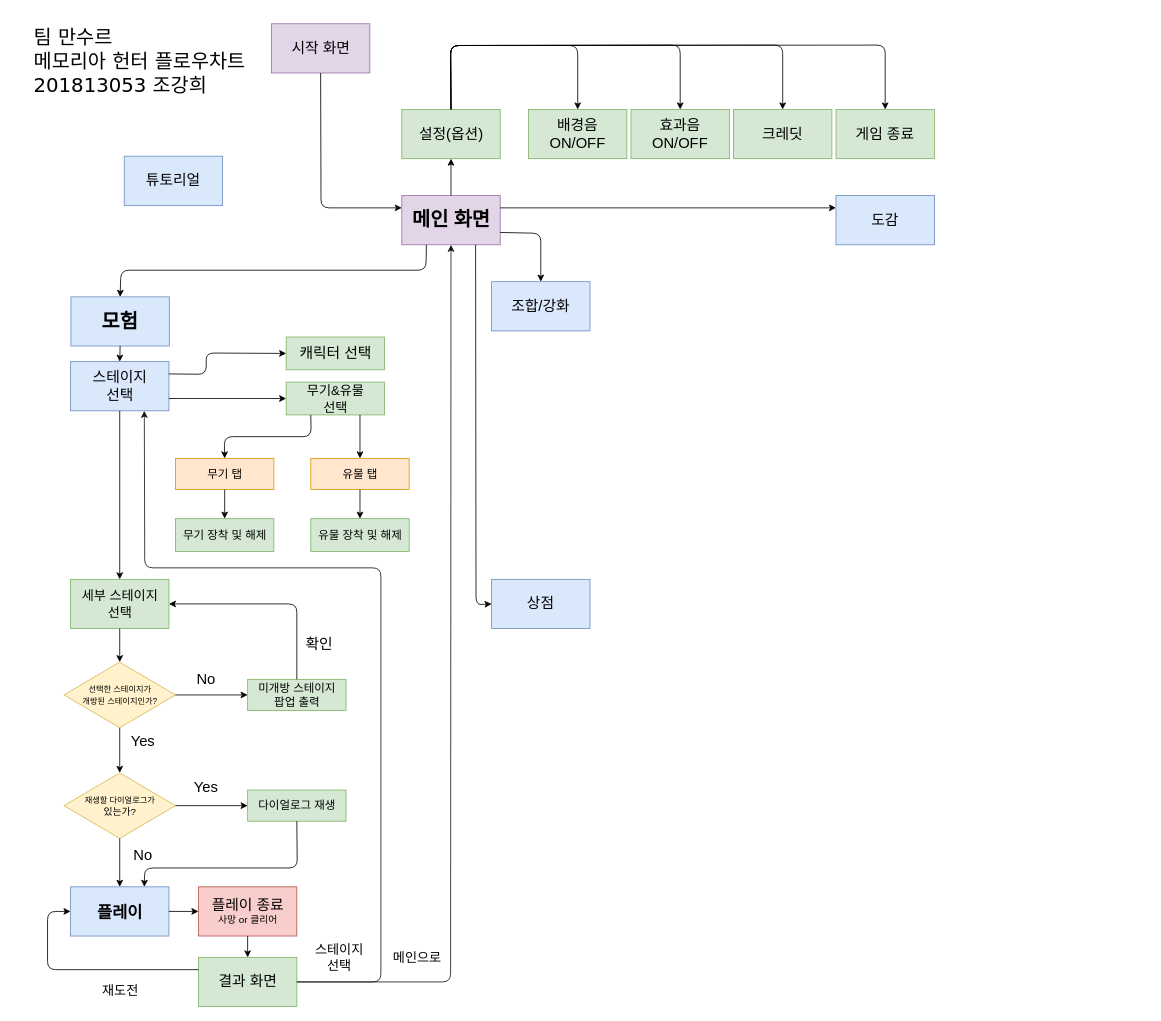
The draw.io diagram Untitled Diagram.drawio in dinenki71/UI, before the edit. Source tidied: cells renumbered, new cells numbered last; positions are measured from the earlier drawing's top-left corner, leaving out a move shared by most shapes. Both pictures are drawn from the tidied source at 82%, with x=0, y=0 at pixel (14, 14).
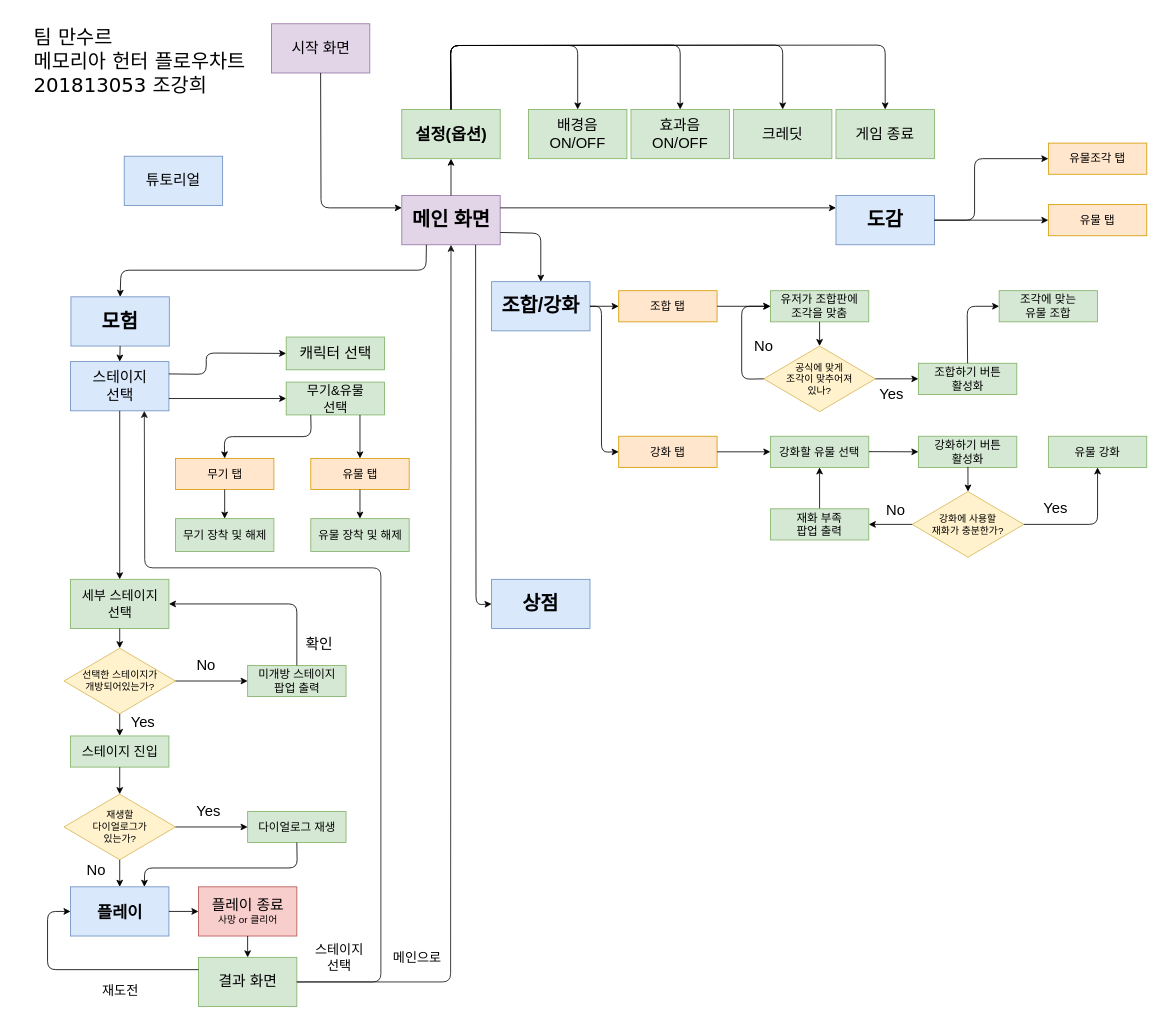
The same page after the edit.

The edit, as a diff of the source:
```diff
@@
-    <mxCell id="7" value="&lt;font style=&quot;font-size: 18px&quot;&gt;상점&lt;/font&gt;" style="rounded=0;whiteSpace=wrap;html=1;fillColor=#dae8fc;strokeColor=#6c8ebf;" parent="1" vertex="1">
+    <mxCell id="7" value="&lt;font size=&quot;1&quot;&gt;&lt;b style=&quot;font-size: 24px&quot;&gt;상점&lt;/b&gt;&lt;/font&gt;" style="rounded=0;whiteSpace=wrap;html=1;fillColor=#dae8fc;strokeColor=#6c8ebf;" parent="1" vertex="1">
       <mxGeometry x="582" y="689" width="120" height="60" as="geometry" />
     </mxCell>
-    <mxCell id="8" value="&lt;font style=&quot;font-size: 18px&quot;&gt;도감&lt;/font&gt;" style="rounded=0;whiteSpace=wrap;html=1;fillColor=#dae8fc;strokeColor=#6c8ebf;" parent="1" vertex="1">
+    <mxCell id="8" value="&lt;font&gt;&lt;font style=&quot;font-size: 24px&quot;&gt;&lt;b&gt;도감&lt;/b&gt;&lt;/font&gt;&lt;/font&gt;" style="rounded=0;whiteSpace=wrap;html=1;fillColor=#dae8fc;strokeColor=#6c8ebf;" parent="1" vertex="1">
       <mxGeometry x="1002" y="221" width="120" height="60" as="geometry" />
     </mxCell>
-    <mxCell id="9" value="&lt;font style=&quot;font-size: 18px&quot;&gt;조합/강화&lt;/font&gt;" style="rounded=0;whiteSpace=wrap;html=1;fillColor=#dae8fc;strokeColor=#6c8ebf;" parent="1" vertex="1">
+    <mxCell id="9" value="&lt;font&gt;&lt;font style=&quot;font-size: 24px&quot;&gt;&lt;b&gt;조합/강화&lt;/b&gt;&lt;/font&gt;&lt;/font&gt;" style="rounded=0;whiteSpace=wrap;html=1;fillColor=#dae8fc;strokeColor=#6c8ebf;" parent="1" vertex="1">
       <mxGeometry x="582" y="326" width="120" height="60" as="geometry" />
     </mxCell>
-    <mxCell id="10" value="&lt;font style=&quot;font-size: 18px&quot;&gt;설정(옵션)&lt;/font&gt;" style="rounded=0;whiteSpace=wrap;html=1;fillColor=#d5e8d4;strokeColor=#82b366;" parent="1" vertex="1">
+    <mxCell id="10" value="&lt;font size=&quot;1&quot;&gt;&lt;b style=&quot;font-size: 20px&quot;&gt;설정(옵션)&lt;/b&gt;&lt;/font&gt;" style="rounded=0;whiteSpace=wrap;html=1;fillColor=#d5e8d4;strokeColor=#82b366;" parent="1" vertex="1">
       <mxGeometry x="472.5" y="116" width="120" height="60" as="geometry" />
     </mxCell>
@@
-    <mxCell id="18" value="&lt;font style=&quot;font-size: 10px&quot;&gt;선택한 스테이지가&lt;br&gt;개방된 스테이지인가?&lt;/font&gt;&lt;br&gt;" style="rhombus;whiteSpace=wrap;html=1;fillColor=#fff2cc;strokeColor=#d6b656;" parent="1" vertex="1">
-      <mxGeometry x="60.5" y="790" width="136" height="80" as="geometry" />
+    <mxCell id="18" value="&lt;font style=&quot;font-size: 12px&quot;&gt;선택한 스테이지가&lt;br&gt;개방되어있는가?&lt;/font&gt;&lt;br&gt;" style="rhombus;whiteSpace=wrap;html=1;fillColor=#fff2cc;strokeColor=#d6b656;" parent="1" vertex="1">
+      <mxGeometry x="60.5" y="773" width="136" height="80" as="geometry" />
     </mxCell>
-    <mxCell id="19" style="endArrow=classic;html=1;exitX=0.5;exitY=1;exitDx=0;exitDy=0;entryX=0.5;entryY=0;entryDx=0;entryDy=0;" parent="1" edge="1" source="18" target="57">
+    <mxCell id="19" style="endArrow=classic;html=1;exitX=0.5;exitY=1;exitDx=0;exitDy=0;entryX=0.5;entryY=0;entryDx=0;entryDy=0;" parent="1" edge="1" source="18" target="100">
       <mxGeometry relative="1" as="geometry" />
     </mxCell>
     <mxCell id="20" value="&lt;font style=&quot;font-size: 14px&quot;&gt;미개방 스테이지&lt;br&gt;팝업 출력&lt;/font&gt;&lt;br&gt;" style="rounded=0;whiteSpace=wrap;html=1;fillColor=#d5e8d4;strokeColor=#82b366;" parent="1" vertex="1">
-      <mxGeometry x="284.5" y="811" width="120" height="38" as="geometry" />
+      <mxGeometry x="284.5" y="794" width="120" height="38" as="geometry" />
     </mxCell>
@@
     <mxCell id="28" value="&lt;font style=&quot;font-size: 18px&quot;&gt;Yes&lt;/font&gt;" style="text;html=1;strokeColor=none;fillColor=none;align=center;verticalAlign=middle;whiteSpace=wrap;rounded=0;" parent="1" vertex="1">
-      <mxGeometry x="136.5" y="877" width="40" height="20" as="geometry" />
+      <mxGeometry x="136.5" y="853" width="40" height="20" as="geometry" />
     </mxCell>
     <mxCell id="29" value="&lt;font style=&quot;font-size: 18px&quot;&gt;No&lt;/font&gt;" style="text;html=1;strokeColor=none;fillColor=none;align=center;verticalAlign=middle;whiteSpace=wrap;rounded=0;" parent="1" vertex="1">
-      <mxGeometry x="214" y="801" width="40" height="20" as="geometry" />
+      <mxGeometry x="214" y="784" width="40" height="20" as="geometry" />
     </mxCell>
@@
-    <mxCell id="57" value="&lt;span style=&quot;font-size: 10px&quot;&gt;재생할 다이얼로그가&lt;br&gt;&lt;/span&gt;있는가?&lt;br&gt;" style="rhombus;whiteSpace=wrap;html=1;fillColor=#fff2cc;strokeColor=#d6b656;" parent="1" vertex="1">
-      <mxGeometry x="60.5" y="925" width="136" height="80" as="geometry" />
+    <mxCell id="57" value="&lt;font style=&quot;font-size: 12px&quot;&gt;재생할&lt;br&gt;다이얼로그가&lt;br&gt;있는가?&lt;/font&gt;&lt;br&gt;" style="rhombus;whiteSpace=wrap;html=1;fillColor=#fff2cc;strokeColor=#d6b656;" parent="1" vertex="1">
+      <mxGeometry x="60.5" y="951" width="136" height="80" as="geometry" />
     </mxCell>
@@
     <mxCell id="59" value="&lt;font style=&quot;font-size: 18px&quot;&gt;Yes&lt;/font&gt;" style="text;html=1;strokeColor=none;fillColor=none;align=center;verticalAlign=middle;whiteSpace=wrap;rounded=0;" parent="1" vertex="1">
-      <mxGeometry x="214" y="932.5" width="40" height="20" as="geometry" />
+      <mxGeometry x="216.5" y="962" width="40" height="20" as="geometry" />
     </mxCell>
     <mxCell id="60" value="&lt;span style=&quot;font-size: 14px&quot;&gt;다이얼로그 재생&lt;/span&gt;&lt;br&gt;" style="rounded=0;whiteSpace=wrap;html=1;fillColor=#d5e8d4;strokeColor=#82b366;" parent="1" vertex="1">
-      <mxGeometry x="284.5" y="946" width="120" height="38" as="geometry" />
+      <mxGeometry x="284.5" y="972" width="120" height="38" as="geometry" />
     </mxCell>
@@
     <mxCell id="62" value="&lt;font style=&quot;font-size: 18px&quot;&gt;No&lt;/font&gt;" style="text;html=1;strokeColor=none;fillColor=none;align=center;verticalAlign=middle;whiteSpace=wrap;rounded=0;" parent="1" vertex="1">
-      <mxGeometry x="136.5" y="1016" width="40" height="20" as="geometry" />
+      <mxGeometry x="80" y="1034" width="40" height="20" as="geometry" />
     </mxCell>
@@
+    <mxCell id="68" value="&lt;font style=&quot;font-size: 14px&quot;&gt;유물 탭&lt;/font&gt;" style="rounded=0;whiteSpace=wrap;html=1;fillColor=#ffe6cc;strokeColor=#d79b00;" parent="1" vertex="1">
+      <mxGeometry x="1261" y="232" width="120" height="38" as="geometry" />
+    </mxCell>
+    <mxCell id="69" style="endArrow=classic;html=1;strokeColor=#000000;exitX=1;exitY=0.5;exitDx=0;exitDy=0;entryX=0;entryY=0.5;entryDx=0;entryDy=0;" parent="1" edge="1" source="8" target="68">
+      <mxGeometry relative="1" as="geometry" />
+    </mxCell>
+    <mxCell id="70" value="&lt;font style=&quot;font-size: 14px&quot;&gt;유물조각 탭&lt;/font&gt;" style="rounded=0;whiteSpace=wrap;html=1;fillColor=#ffe6cc;strokeColor=#d79b00;" parent="1" vertex="1">
+      <mxGeometry x="1261" y="157" width="120" height="38" as="geometry" />
+    </mxCell>
+    <mxCell id="71" style="endArrow=classic;html=1;strokeColor=#000000;entryX=0;entryY=0.5;entryDx=0;entryDy=0;exitX=1;exitY=0.5;exitDx=0;exitDy=0;" parent="1" edge="1" source="8" target="70">
+      <mxGeometry relative="1" as="geometry">
+        <Array as="points">
+          <mxPoint x="1171" y="251" />
+          <mxPoint x="1171" y="176" />
+        </Array>
+      </mxGeometry>
+    </mxCell>
+    <mxCell id="72" value="&lt;font style=&quot;font-size: 14px&quot;&gt;강화 탭&lt;/font&gt;" style="rounded=0;whiteSpace=wrap;html=1;fillColor=#ffe6cc;strokeColor=#d79b00;" parent="1" vertex="1">
+      <mxGeometry x="737" y="514.5" width="120" height="38" as="geometry" />
+    </mxCell>
+    <mxCell id="73" value="&lt;font style=&quot;font-size: 14px&quot;&gt;조합 탭&lt;/font&gt;" style="rounded=0;whiteSpace=wrap;html=1;fillColor=#ffe6cc;strokeColor=#d79b00;" parent="1" vertex="1">
+      <mxGeometry x="737" y="337" width="120" height="38" as="geometry" />
+    </mxCell>
+    <mxCell id="74" style="endArrow=classic;html=1;strokeColor=#000000;exitX=1;exitY=0.5;exitDx=0;exitDy=0;entryX=0;entryY=0.5;entryDx=0;entryDy=0;" parent="1" edge="1" source="9" target="73">
+      <mxGeometry relative="1" as="geometry" />
+    </mxCell>
+    <mxCell id="75" style="endArrow=classic;html=1;strokeColor=#000000;entryX=0;entryY=0.5;entryDx=0;entryDy=0;exitX=1;exitY=0.5;exitDx=0;exitDy=0;" parent="1" edge="1" source="9" target="72">
+      <mxGeometry relative="1" as="geometry">
+        <Array as="points">
+          <mxPoint x="716" y="356" />
+          <mxPoint x="716" y="534" />
+        </Array>
+      </mxGeometry>
+    </mxCell>
+    <mxCell id="76" value="&lt;font style=&quot;font-size: 12px&quot;&gt;공식에 맞게&lt;br&gt;조각이 맞추어져&lt;br&gt;있나?&lt;/font&gt;&lt;br&gt;" style="rhombus;whiteSpace=wrap;html=1;fillColor=#fff2cc;strokeColor=#d6b656;" parent="1" vertex="1">
+      <mxGeometry x="914" y="404.5" width="136" height="80" as="geometry" />
+    </mxCell>
+    <mxCell id="77" value="&lt;span style=&quot;font-size: 14px&quot;&gt;유저가 조합판에&lt;br&gt;&lt;/span&gt;&lt;font style=&quot;font-size: 14px&quot;&gt;조각을 맞춤&lt;/font&gt;&lt;br&gt;" style="rounded=0;whiteSpace=wrap;html=1;fillColor=#d5e8d4;strokeColor=#82b366;" parent="1" vertex="1">
+      <mxGeometry x="922" y="337" width="120" height="38" as="geometry" />
+    </mxCell>
+    <mxCell id="78" value="&lt;span style=&quot;font-size: 14px&quot;&gt;강화할 유물 선택&lt;/span&gt;&lt;br&gt;" style="rounded=0;whiteSpace=wrap;html=1;fillColor=#d5e8d4;strokeColor=#82b366;" parent="1" vertex="1">
+      <mxGeometry x="922" y="514.5" width="120" height="38" as="geometry" />
+    </mxCell>
+    <mxCell id="79" style="endArrow=classic;html=1;strokeColor=#000000;exitX=1;exitY=0.5;exitDx=0;exitDy=0;entryX=0;entryY=0.5;entryDx=0;entryDy=0;" parent="1" edge="1" source="73" target="77">
+      <mxGeometry relative="1" as="geometry" />
+    </mxCell>
+    <mxCell id="80" style="endArrow=classic;html=1;strokeColor=#000000;entryX=0;entryY=0.5;entryDx=0;entryDy=0;exitX=1;exitY=0.5;exitDx=0;exitDy=0;" parent="1" edge="1" source="72" target="78">
+      <mxGeometry relative="1" as="geometry" />
+    </mxCell>
+    <mxCell id="81" style="endArrow=classic;html=1;strokeColor=#000000;exitX=0.5;exitY=1;exitDx=0;exitDy=0;entryX=0.5;entryY=0;entryDx=0;entryDy=0;" parent="1" edge="1" source="77" target="76">
+      <mxGeometry relative="1" as="geometry" />
+    </mxCell>
+    <mxCell id="82" value="&lt;font style=&quot;font-size: 18px&quot;&gt;No&lt;/font&gt;" style="text;html=1;strokeColor=none;fillColor=none;align=center;verticalAlign=middle;whiteSpace=wrap;rounded=0;" parent="1" vertex="1">
+      <mxGeometry x="894" y="394.5" width="40" height="20" as="geometry" />
+    </mxCell>
+    <mxCell id="83" value="&lt;font style=&quot;font-size: 18px&quot;&gt;Yes&lt;/font&gt;" style="text;html=1;strokeColor=none;fillColor=none;align=center;verticalAlign=middle;whiteSpace=wrap;rounded=0;" parent="1" vertex="1">
+      <mxGeometry x="1050" y="453.5" width="40" height="20" as="geometry" />
+    </mxCell>
+    <mxCell id="84" style="endArrow=classic;html=1;strokeColor=#000000;exitX=0;exitY=0.5;exitDx=0;exitDy=0;entryX=0;entryY=0.5;entryDx=0;entryDy=0;" parent="1" edge="1" source="76" target="77">
+      <mxGeometry relative="1" as="geometry">
+        <Array as="points">
+          <mxPoint x="887" y="445" />
+          <mxPoint x="887" y="356" />
+        </Array>
+      </mxGeometry>
+    </mxCell>
+    <mxCell id="85" value="&lt;font style=&quot;font-size: 14px&quot;&gt;조합하기 버튼&lt;br&gt;활성화&lt;/font&gt;&lt;br&gt;" style="rounded=0;whiteSpace=wrap;html=1;fillColor=#d5e8d4;strokeColor=#82b366;" parent="1" vertex="1">
+      <mxGeometry x="1102.5" y="425.5" width="120" height="38" as="geometry" />
+    </mxCell>
+    <mxCell id="86" style="endArrow=classic;html=1;strokeColor=#000000;entryX=0;entryY=0.5;entryDx=0;entryDy=0;exitX=1;exitY=0.5;exitDx=0;exitDy=0;" parent="1" edge="1" source="76" target="85">
+      <mxGeometry relative="1" as="geometry" />
+    </mxCell>
+    <mxCell id="87" style="endArrow=classic;html=1;strokeColor=#000000;exitX=0.5;exitY=0;exitDx=0;exitDy=0;entryX=0;entryY=0.5;entryDx=0;entryDy=0;" parent="1" edge="1" source="85" target="88">
+      <mxGeometry relative="1" as="geometry">
+        <Array as="points">
+          <mxPoint x="1162" y="356" />
+        </Array>
+      </mxGeometry>
+    </mxCell>
+    <mxCell id="88" value="&lt;font style=&quot;font-size: 14px&quot;&gt;조각에 맞는&lt;br&gt;유물 조합&lt;/font&gt;&lt;br&gt;" style="rounded=0;whiteSpace=wrap;html=1;fillColor=#d5e8d4;strokeColor=#82b366;" parent="1" vertex="1">
+      <mxGeometry x="1201" y="337" width="120" height="38" as="geometry" />
+    </mxCell>
+    <mxCell id="89" style="endArrow=classic;html=1;strokeColor=#000000;entryX=0;entryY=0.5;entryDx=0;entryDy=0;exitX=1;exitY=0.5;exitDx=0;exitDy=0;" parent="1" edge="1" target="90">
+      <mxGeometry relative="1" as="geometry">
+        <mxPoint x="1042.2" y="533.3" as="sourcePoint" />
+      </mxGeometry>
+    </mxCell>
+    <mxCell id="90" value="&lt;font style=&quot;font-size: 14px&quot;&gt;강화하기 버튼&lt;br&gt;활성화&lt;/font&gt;&lt;br&gt;" style="rounded=0;whiteSpace=wrap;html=1;fillColor=#d5e8d4;strokeColor=#82b366;" parent="1" vertex="1">
+      <mxGeometry x="1102.5" y="514.5" width="120" height="38" as="geometry" />
+    </mxCell>
+    <mxCell id="91" value="&lt;font style=&quot;font-size: 12px&quot;&gt;강화에 사용할&lt;br&gt;재화가 충분한가?&lt;/font&gt;&lt;br&gt;" style="rhombus;whiteSpace=wrap;html=1;fillColor=#fff2cc;strokeColor=#d6b656;" parent="1" vertex="1">
+      <mxGeometry x="1095" y="582" width="136" height="80" as="geometry" />
+    </mxCell>
+    <mxCell id="92" style="endArrow=classic;html=1;strokeColor=#000000;exitX=0.5;exitY=1;exitDx=0;exitDy=0;entryX=0.5;entryY=0;entryDx=0;entryDy=0;" parent="1" edge="1" target="91">
+      <mxGeometry relative="1" as="geometry">
+        <mxPoint x="1162.9" y="552" as="sourcePoint" />
+      </mxGeometry>
+    </mxCell>
+    <mxCell id="93" style="endArrow=classic;html=1;strokeColor=#000000;entryX=0.5;entryY=1;entryDx=0;entryDy=0;exitX=0.5;exitY=0;exitDx=0;exitDy=0;" parent="1" edge="1" source="95" target="78">
+      <mxGeometry relative="1" as="geometry" />
+    </mxCell>
+    <mxCell id="94" value="&lt;span style=&quot;font-size: 14px&quot;&gt;유물 강화&lt;/span&gt;&lt;br&gt;" style="rounded=0;whiteSpace=wrap;html=1;fillColor=#d5e8d4;strokeColor=#82b366;" parent="1" vertex="1">
+      <mxGeometry x="1261" y="514.5" width="120" height="38" as="geometry" />
+    </mxCell>
+    <mxCell id="95" value="&lt;span style=&quot;font-size: 14px&quot;&gt;재화 부족&lt;br&gt;팝업 출력&lt;/span&gt;&lt;br&gt;" style="rounded=0;whiteSpace=wrap;html=1;fillColor=#d5e8d4;strokeColor=#82b366;" parent="1" vertex="1">
+      <mxGeometry x="922" y="603" width="120" height="38" as="geometry" />
+    </mxCell>
+    <mxCell id="96" style="endArrow=classic;html=1;strokeColor=#000000;entryX=1;entryY=0.5;entryDx=0;entryDy=0;exitX=0;exitY=0.5;exitDx=0;exitDy=0;" parent="1" edge="1" source="91" target="95">
+      <mxGeometry relative="1" as="geometry" />
+    </mxCell>
+    <mxCell id="97" value="&lt;font style=&quot;font-size: 18px&quot;&gt;No&lt;/font&gt;" style="text;html=1;strokeColor=none;fillColor=none;align=center;verticalAlign=middle;whiteSpace=wrap;rounded=0;" parent="1" vertex="1">
+      <mxGeometry x="1055" y="595" width="40" height="20" as="geometry" />
+    </mxCell>
+    <mxCell id="98" style="endArrow=classic;html=1;strokeColor=#000000;entryX=0.5;entryY=1;entryDx=0;entryDy=0;exitX=1;exitY=0.5;exitDx=0;exitDy=0;" parent="1" edge="1" source="91" target="94">
+      <mxGeometry relative="1" as="geometry">
+        <Array as="points">
+          <mxPoint x="1321" y="622" />
+        </Array>
+      </mxGeometry>
+    </mxCell>
+    <mxCell id="99" value="&lt;font style=&quot;font-size: 18px&quot;&gt;Yes&lt;/font&gt;" style="text;html=1;strokeColor=none;fillColor=none;align=center;verticalAlign=middle;whiteSpace=wrap;rounded=0;" parent="1" vertex="1">
+      <mxGeometry x="1250" y="593" width="40" height="20" as="geometry" />
+    </mxCell>
+    <mxCell id="100" value="&lt;font style=&quot;font-size: 16px&quot;&gt;스테이지 진입&lt;/font&gt;&lt;br&gt;" style="rounded=0;whiteSpace=wrap;html=1;fillColor=#d5e8d4;strokeColor=#82b366;" parent="1" vertex="1">
+      <mxGeometry x="68.5" y="880" width="120" height="38" as="geometry" />
+    </mxCell>
+    <mxCell id="101" style="endArrow=classic;html=1;strokeColor=#000000;exitX=0.5;exitY=1;exitDx=0;exitDy=0;entryX=0.5;entryY=0;entryDx=0;entryDy=0;" parent="1" edge="1" source="100" target="57">
+      <mxGeometry relative="1" as="geometry" />
+    </mxCell>
```
